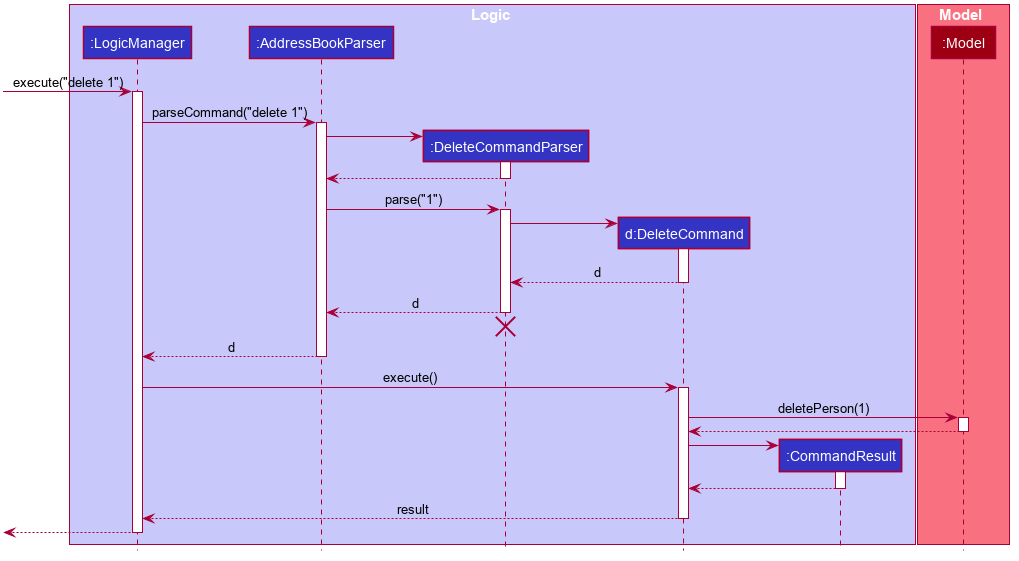
nus-cs2103-AY1920S1/addressbook-level3 keeps this PlantUML diagram as docs/images/DeleteSequenceDiagram.png. Above is the earlier version.
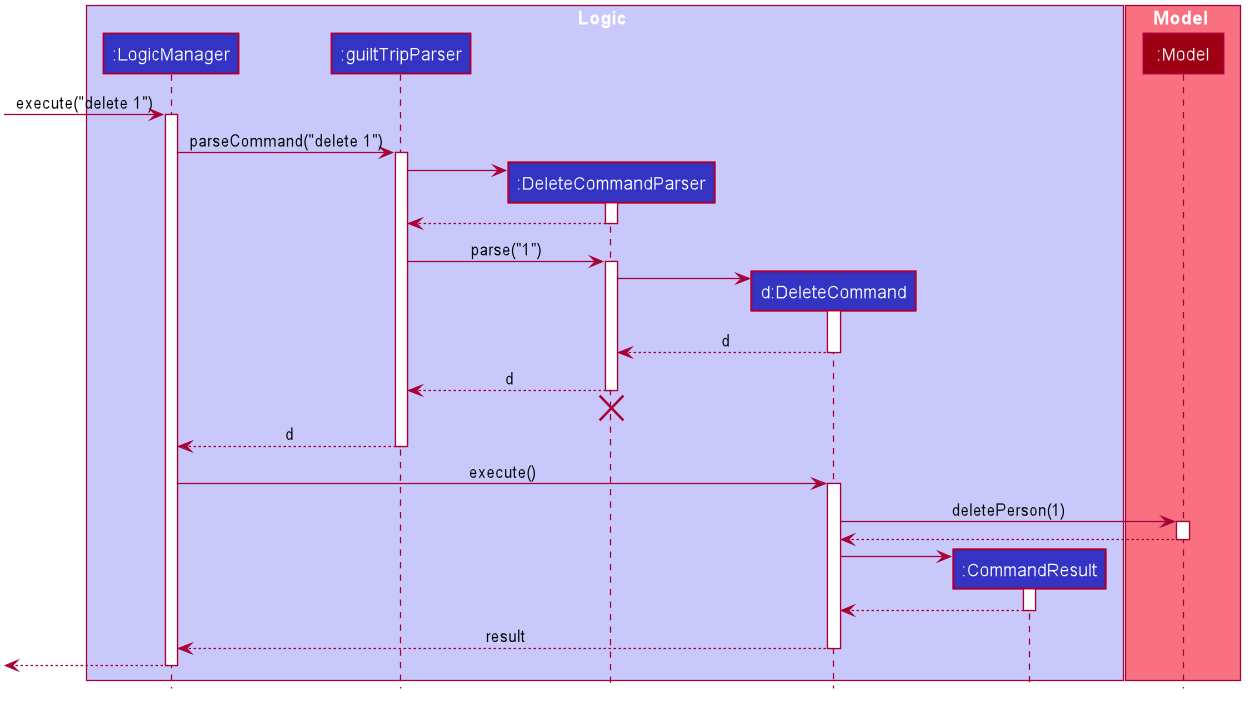
The same file after the commit.

What changed in the source:
```diff
@@ -1,4 +1,5 @@
 @startuml
+
 
 
 
@@ -50,7 +51,7 @@
 
 box Logic #C8C8FA
 participant ":LogicManager" as LogicManager #3333C4
-participant ":AddressBookParser" as AddressBookParser #3333C4
+participant ":guiltTripParser" as guiltTripParser #3333C4
 participant ":DeleteCommandParser" as DeleteCommandParser #3333C4
 participant "d:DeleteCommand" as DeleteCommand #3333C4
 participant ":CommandResult" as CommandResult #3333C4
@@ -63,17 +64,17 @@
 [-> LogicManager : execute("delete 1")
 activate LogicManager
 
-LogicManager -> AddressBookParser : parseCommand("delete 1")
-activate AddressBookParser
+LogicManager -> guiltTripParser : parseCommand("delete 1")
+activate guiltTripParser
 
 create DeleteCommandParser
-AddressBookParser -> DeleteCommandParser
+guiltTripParser -> DeleteCommandParser
 activate DeleteCommandParser
 
-DeleteCommandParser --> AddressBookParser
+DeleteCommandParser --> guiltTripParser
 deactivate DeleteCommandParser
 
-AddressBookParser -> DeleteCommandParser : parse("1")
+guiltTripParser -> DeleteCommandParser : parse("1")
 activate DeleteCommandParser
 
 create DeleteCommand
@@ -83,13 +84,13 @@
 DeleteCommand --> DeleteCommandParser : d
 deactivate DeleteCommand
 
-DeleteCommandParser --> AddressBookParser : d
+DeleteCommandParser --> guiltTripParser : d
 deactivate DeleteCommandParser
-DeleteCommandParser -[hidden]-> AddressBookParser
+DeleteCommandParser -[hidden]-> guiltTripParser
 destroy DeleteCommandParser
 
-AddressBookParser --> LogicManager : d
-deactivate AddressBookParser
+guiltTripParser --> LogicManager : d
+deactivate guiltTripParser
 
 LogicManager -> DeleteCommand : execute()
 activate DeleteCommand
```
